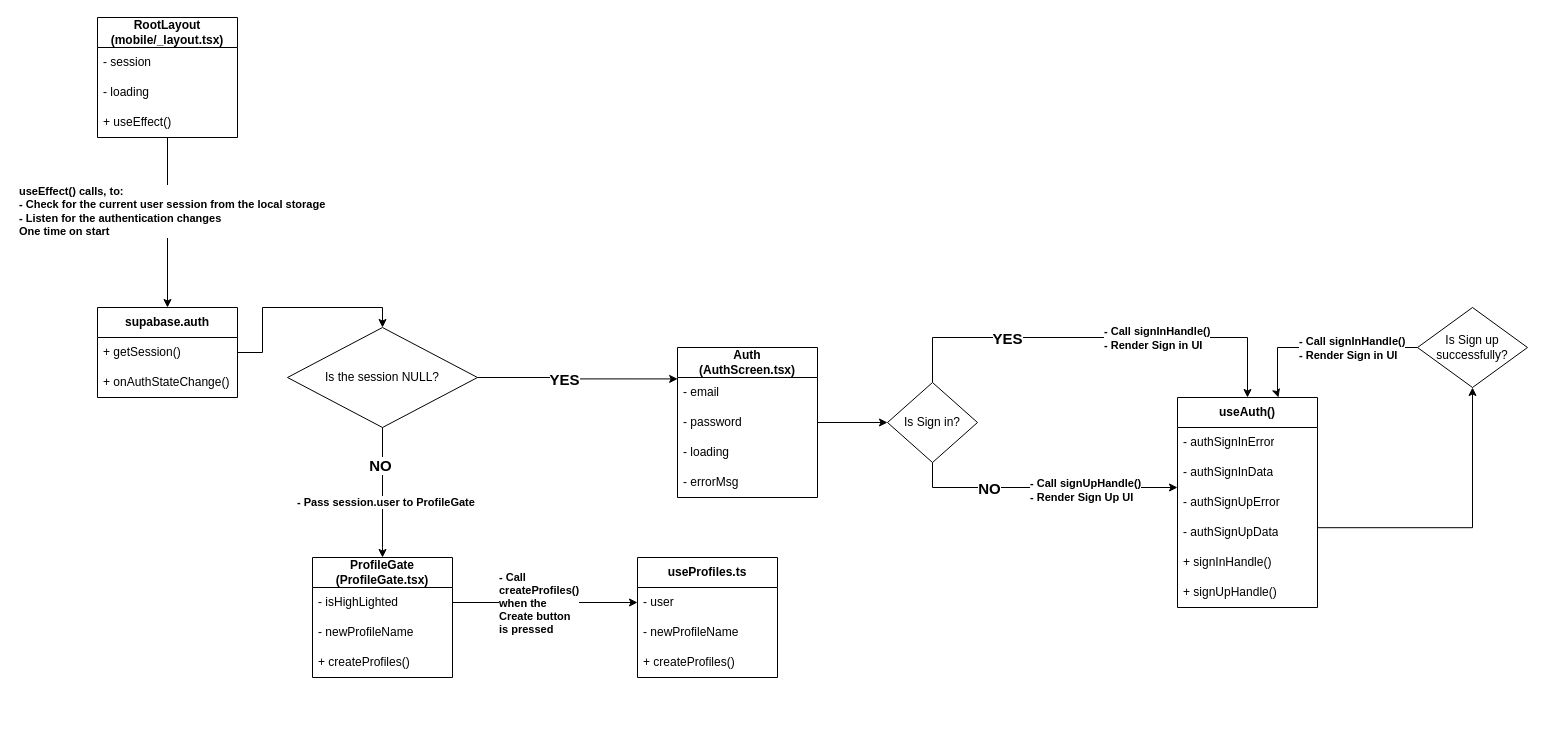
khanhsaan/SharedTimer_v1 keeps this draw.io diagram as page "UML Class Diagram" (1 of 2) of Class_Diagram_Web.drawio. Above is the earlier version. Source tidied: cells renumbered, new cells numbered last; positions are measured from the earlier drawing's top-left corner, leaving out a move shared by most shapes. Both pictures are drawn from the tidied source at 100%, with x=0, y=0 at pixel (97, 17).
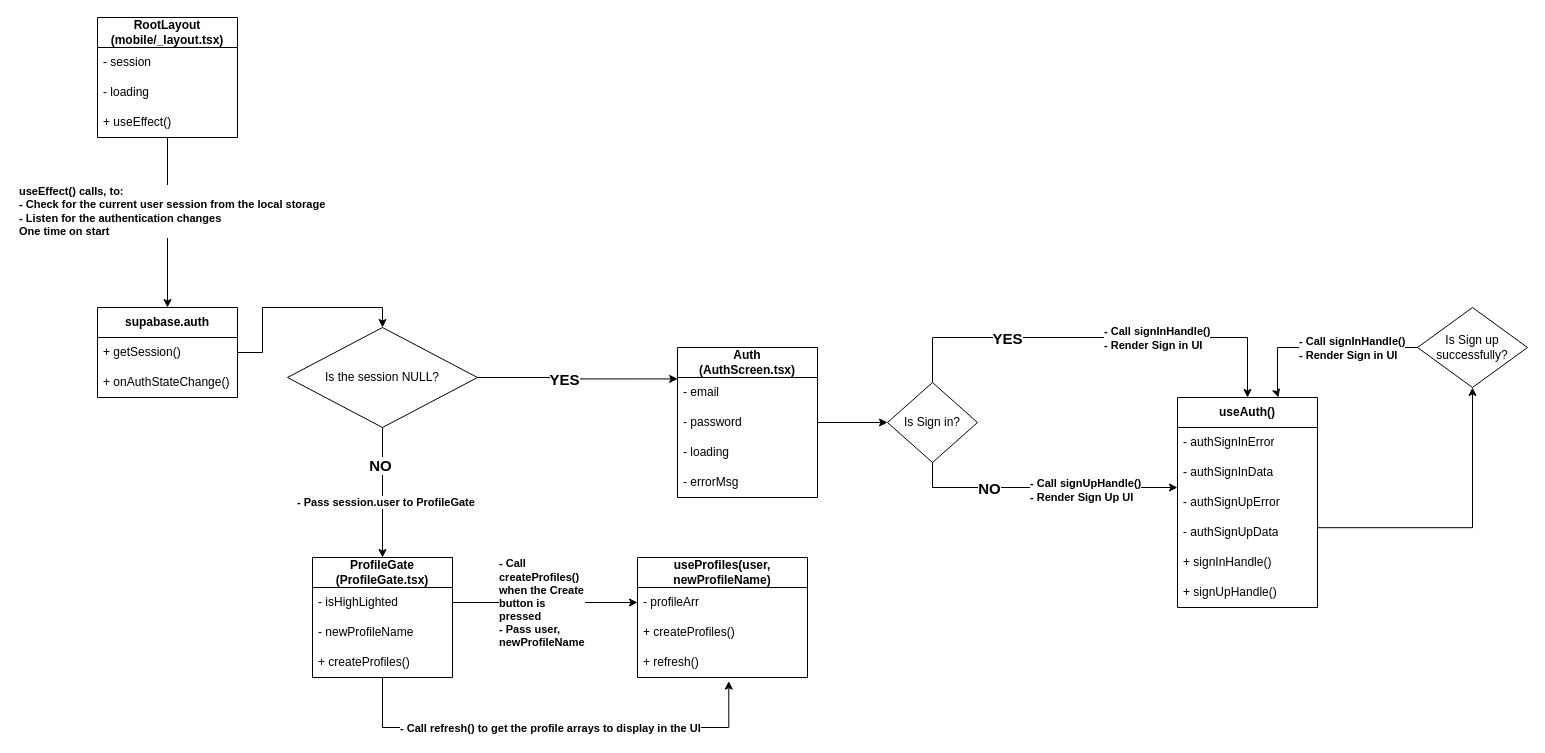
After the change.

Commit message (it also covers changes not shown here):
Can retrieve the profiles from supabase, can create and insert a new profile, create interface Profiles to ensure the data consistence

Unchanged cells that the change refers to:
```xml
<mxCell id="38" value="ProfileGate&lt;div&gt;(ProfileGate.tsx)&lt;/div&gt;" style="swimlane;fontStyle=1;horizontal=1;startSize=30;whiteSpace=wrap;html=1;" parent="1" vertex="1">
  <mxGeometry x="215" y="540" width="140" height="120" as="geometry" />
</mxCell>
<mxCell id="39" value="- isHighLighted" style="text;strokeColor=none;fillColor=none;align=left;verticalAlign=middle;spacingLeft=4;spacingRight=4;overflow=hidden;points=[[0,0.5],[1,0.5]];portConstraint=eastwest;whiteSpace=wrap;html=1;" parent="38" vertex="1">
  <mxGeometry y="30" width="140" height="30" as="geometry" />
</mxCell>
```

Change to the diagram source:
```diff
@@
-    <mxCell id="42" value="useProfiles.ts" style="swimlane;fontStyle=1;horizontal=1;startSize=30;whiteSpace=wrap;html=1;" parent="1" vertex="1">
-      <mxGeometry x="540" y="540" width="140" height="120" as="geometry" />
+    <mxCell id="42" value="useProfiles(user, newProfileName)" style="swimlane;fontStyle=1;horizontal=1;startSize=30;whiteSpace=wrap;html=1;" parent="1" vertex="1">
+      <mxGeometry x="540" y="540" width="170" height="120" as="geometry" />
     </mxCell>
-    <mxCell id="43" value="- user" style="text;strokeColor=none;fillColor=none;align=left;verticalAlign=middle;spacingLeft=4;spacingRight=4;overflow=hidden;points=[[0,0.5],[1,0.5]];portConstraint=eastwest;whiteSpace=wrap;html=1;" parent="42" vertex="1">
-      <mxGeometry y="30" width="140" height="30" as="geometry" />
-    </mxCell>
-    <mxCell id="44" value="- newProfileName" style="text;strokeColor=none;fillColor=none;align=left;verticalAlign=middle;spacingLeft=4;spacingRight=4;overflow=hidden;whiteSpace=wrap;html=1;" parent="42" vertex="1">
-      <mxGeometry y="60" width="140" height="30" as="geometry" />
-    </mxCell>
+    <mxCell id="52" value="- profileArr" style="text;strokeColor=none;fillColor=none;align=left;verticalAlign=middle;spacingLeft=4;spacingRight=4;overflow=hidden;whiteSpace=wrap;html=1;" parent="42" vertex="1">
+      <mxGeometry y="30" width="170" height="30" as="geometry" />
+    </mxCell>
     <mxCell id="45" value="+ createProfiles()" style="text;strokeColor=none;fillColor=none;align=left;verticalAlign=middle;spacingLeft=4;spacingRight=4;overflow=hidden;whiteSpace=wrap;html=1;" parent="42" vertex="1">
-      <mxGeometry y="90" width="140" height="30" as="geometry" />
+      <mxGeometry y="60" width="170" height="30" as="geometry" />
     </mxCell>
+    <mxCell id="53" value="+ refresh()" style="text;strokeColor=none;fillColor=none;align=left;verticalAlign=middle;spacingLeft=4;spacingRight=4;overflow=hidden;points=[[0,0.5],[1,0.5]];portConstraint=eastwest;whiteSpace=wrap;html=1;" parent="42" vertex="1">
+      <mxGeometry y="90" width="170" height="30" as="geometry" />
+    </mxCell>
-    <mxCell id="46" style="edgeStyle=orthogonalEdgeStyle;rounded=0;jettySize=auto;html=1;entryX=0;entryY=0.5;entryDx=0;entryDy=0;" parent="1" edge="1" source="39" target="43">
-      <mxGeometry relative="1" as="geometry" />
+    <mxCell id="46" style="edgeStyle=orthogonalEdgeStyle;rounded=0;jettySize=auto;html=1;entryX=0;entryY=0.5;entryDx=0;entryDy=0;" parent="1" edge="1" source="39">
+      <mxGeometry relative="1" as="geometry">
+        <mxPoint x="540" y="585" as="targetPoint" />
+      </mxGeometry>
     </mxCell>
-    <mxCell id="47" value="&lt;b&gt;- Call createProfiles() when the Create button is pressed&lt;/b&gt;" style="edgeLabel;html=1;align=left;verticalAlign=middle;whiteSpace=wrap;" parent="46" vertex="1">
+    <mxCell id="47" value="&lt;b&gt;- Call createProfiles() when the Create button is pressed&lt;/b&gt;&lt;div&gt;&lt;b&gt;- P&lt;/b&gt;&lt;b style=&quot;background-color: light-dark(#ffffff, var(--ge-dark-color, #121212)); color: light-dark(rgb(0, 0, 0), rgb(255, 255, 255));&quot;&gt;ass user, newProfileName&lt;/b&gt;&lt;/div&gt;" style="edgeLabel;html=1;align=left;verticalAlign=middle;whiteSpace=wrap;" parent="46" vertex="1">
       <mxGeometry x="-0.07" y="2" relative="1" as="geometry">
         <mxPoint x="-41" y="2" as="offset" />
       </mxGeometry>
     </mxCell>
@@
+    <mxCell id="54" style="edgeStyle=orthogonalEdgeStyle;rounded=0;jettySize=auto;html=1;entryX=0.537;entryY=1.122;entryDx=0;entryDy=0;entryPerimeter=0;" parent="1" edge="1" source="38" target="53">
+      <mxGeometry relative="1" as="geometry">
+        <Array as="points">
+          <mxPoint x="285" y="710" />
+          <mxPoint x="631" y="710" />
+        </Array>
+      </mxGeometry>
+    </mxCell>
+    <mxCell id="55" value="&lt;b&gt;- Call refresh() to get the profile arrays to display in the UI&lt;/b&gt;" style="edgeLabel;html=1;align=left;verticalAlign=middle;" parent="54" vertex="1">
+      <mxGeometry x="-0.03" relative="1" as="geometry">
+        <mxPoint x="-149" as="offset" />
+      </mxGeometry>
+    </mxCell>
```
